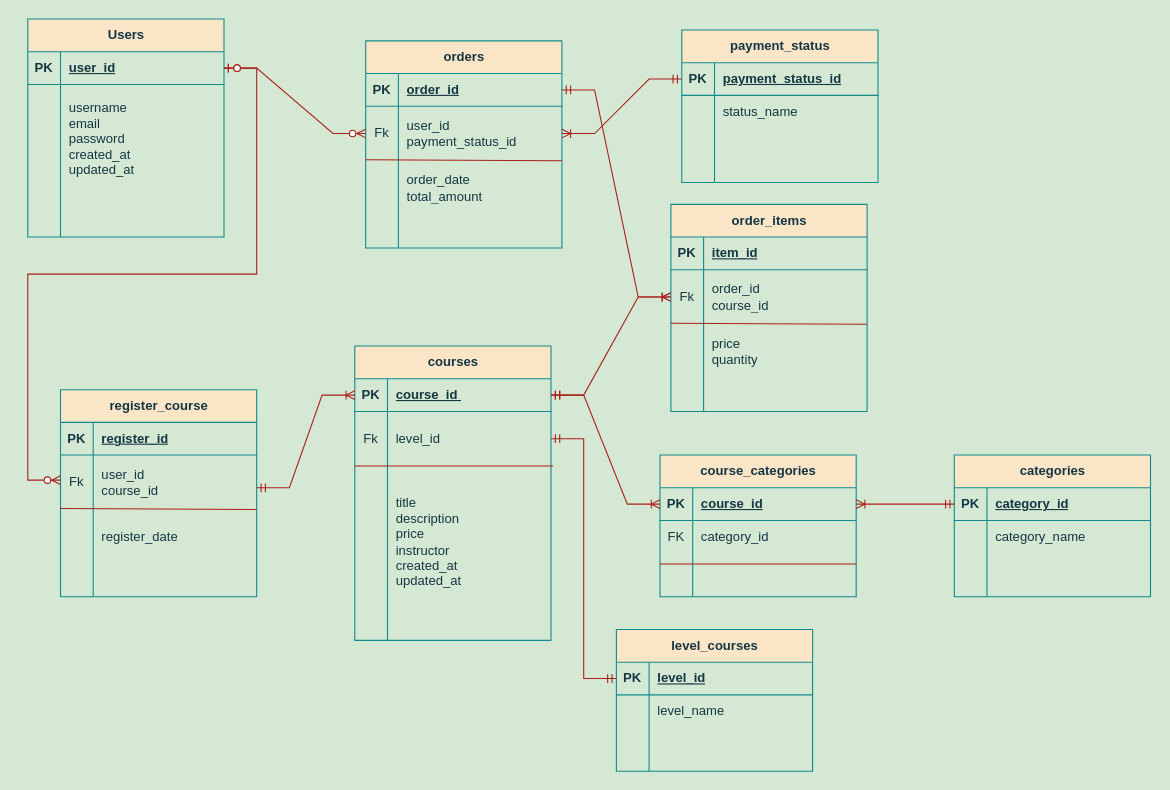
Earlier version of the draw.io diagram Biểu đồ không có tiêu đề.drawio (KiLopFD/Web-Course-Online). Source tidied: cells renumbered, new cells numbered last; positions are measured from the earlier drawing's top-left corner, leaving out a move shared by most shapes. Both pictures are drawn from the tidied source at 109%, with x=0, y=0 at pixel (27, 19).
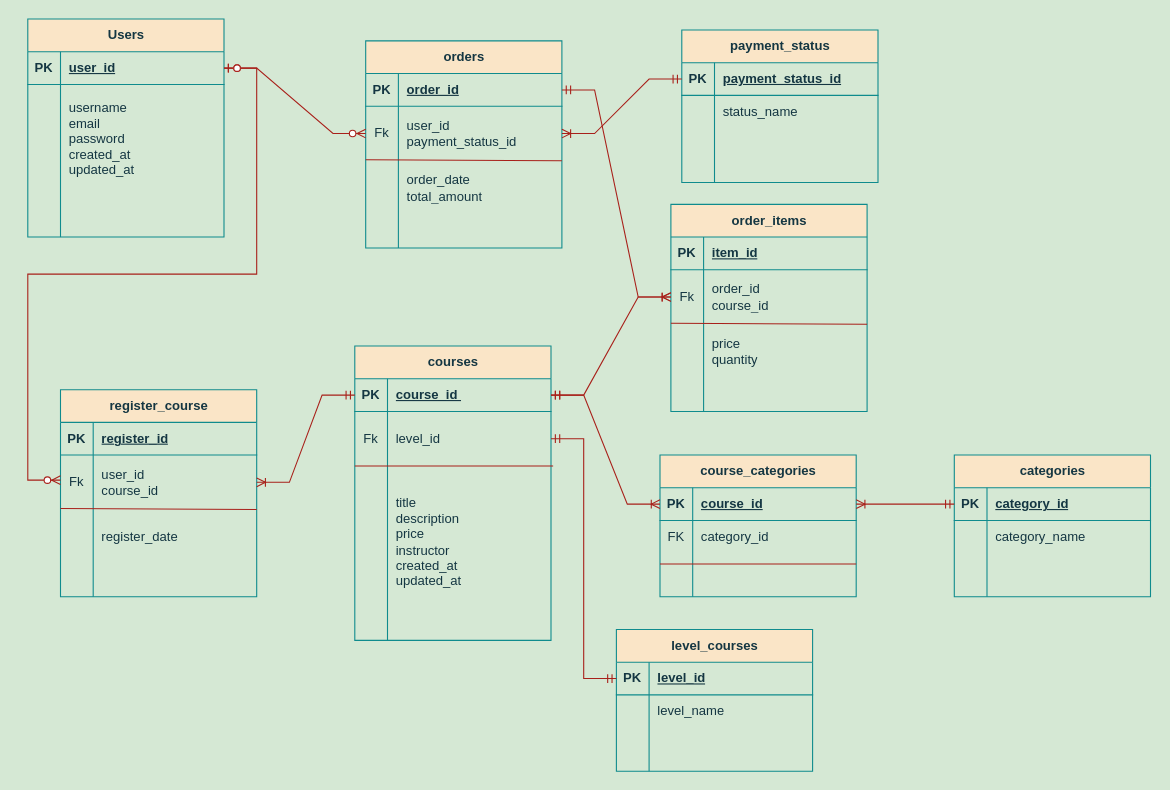
After the change.

Unchanged cells that the change refers to:
```xml
<mxCell id="33" style="shape=tableRow;horizontal=0;startSize=0;swimlaneHead=0;swimlaneBody=0;fillColor=none;points=[[0,0.5],[1,0.5]];portConstraint=eastwest;top=0;left=0;right=0;bottom=0;swimlaneFillColor=none;labelBackgroundColor=none;strokeColor=#0F8B8D;fontColor=#143642;" parent="29" vertex="1">
  <mxGeometry y="60" width="180" height="50" as="geometry" />
</mxCell>
<mxCell id="71" style="shape=tableRow;horizontal=0;startSize=0;swimlaneHead=0;swimlaneBody=0;fillColor=none;points=[[0,0.5],[1,0.5]];portConstraint=eastwest;top=0;left=0;right=0;bottom=1;labelBackgroundColor=none;strokeColor=#0F8B8D;fontColor=#143642;" parent="70" vertex="1">
  <mxGeometry y="30" width="180" height="30" as="geometry" />
</mxCell>
```

The edit, as a diff of the source:
```diff
@@
-    <mxCell id="127" style="edgeStyle=entityRelationEdgeStyle;fontSize=12;html=1;endArrow=ERoneToMany;startArrow=ERmandOne;rounded=0;strokeColor=#A8201A;fontColor=#143642;fillColor=#FAE5C7;entryX=0;entryY=0.5;entryDx=0;entryDy=0;" parent="1" edge="1" target="71">
-      <mxGeometry relative="1" as="geometry">
-        <mxPoint x="210" y="430" as="sourcePoint" />
-      </mxGeometry>
+    <mxCell id="127" style="edgeStyle=entityRelationEdgeStyle;fontSize=12;html=1;endArrow=ERoneToMany;startArrow=ERmandOne;rounded=0;strokeColor=#A8201A;fontColor=#143642;fillColor=#FAE5C7;exitX=0;exitY=0.5;exitDx=0;exitDy=0;entryX=1;entryY=0.5;entryDx=0;entryDy=0;" parent="1" edge="1" source="71" target="33">
+      <mxGeometry relative="1" as="geometry" />
     </mxCell>
```
